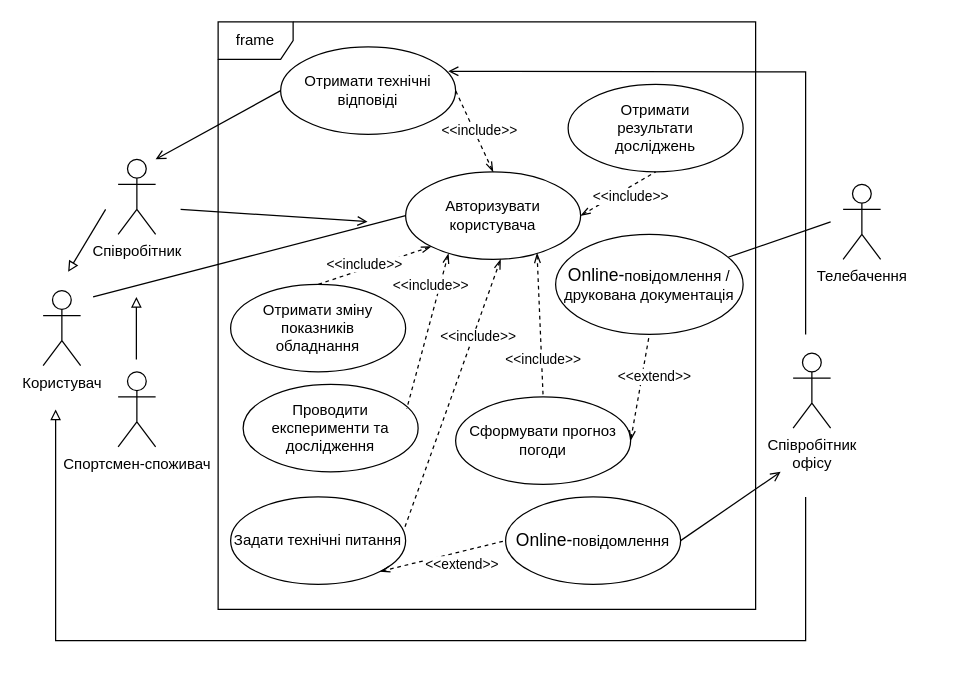
Above: 1.3-SoftwareUserRequirements/1.3.3-UseCaseDiagram/UseCase.drawio in oleksandrblazhko/ai201-tsigankova (draw.io), before the change. Source tidied: cells renumbered, new cells numbered last; positions are measured from the earlier drawing's top-left corner, leaving out a move shared by most shapes. Both pictures are drawn from the tidied source at 125%, with x=0, y=0 at pixel (42, 21).
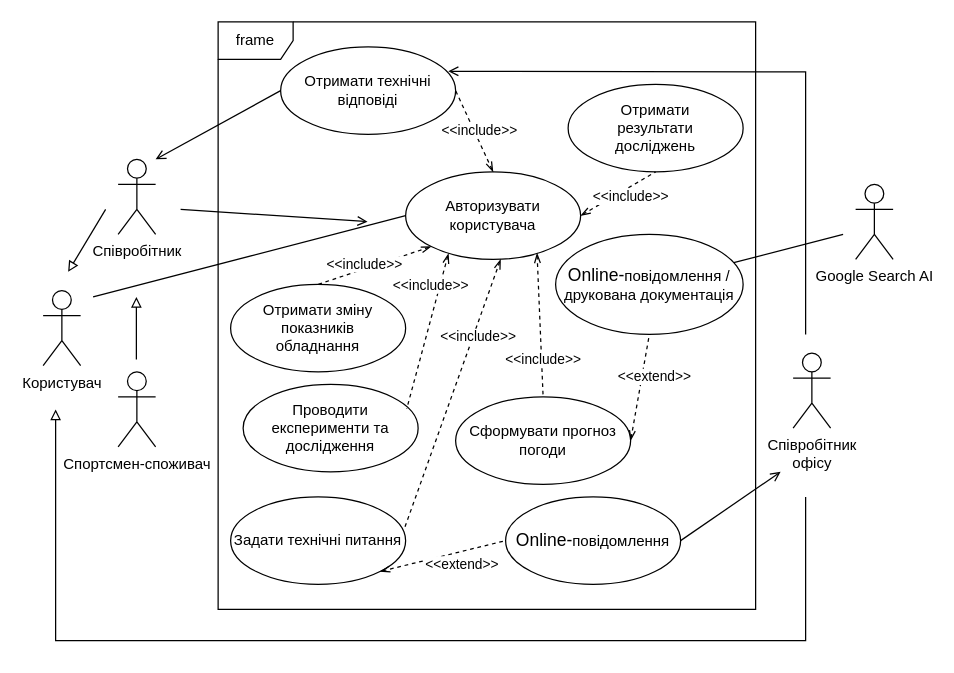
Above is the later version.

Unchanged cells that the change refers to:
```xml
<mxCell id="28" value="&lt;span style=&quot;font-size: 14px;&quot;&gt;Online-&lt;/span&gt;повідомлення /&lt;br&gt;друкована документація" style="ellipse;whiteSpace=wrap;html=1;" parent="1" vertex="1">
  <mxGeometry x="410" y="170" width="150" height="80" as="geometry" />
</mxCell>
```

Change to the diagram source:
```diff
@@
-    <mxCell id="30" value="Телебачення" style="shape=umlActor;verticalLabelPosition=bottom;verticalAlign=top;html=1;" parent="1" vertex="1">
-      <mxGeometry x="640" y="130" width="30" height="60" as="geometry" />
+    <mxCell id="30" value="&lt;div style=&quot;text-align: left;&quot;&gt;Google Search AI&lt;/div&gt;" style="shape=umlActor;verticalLabelPosition=bottom;verticalAlign=top;html=1;" parent="1" vertex="1">
+      <mxGeometry x="650" y="130" width="30" height="60" as="geometry" />
     </mxCell>
@@
     <mxCell id="32" style="endArrow=none;html=1;rounded=0;" parent="1" edge="1" source="28">
       <mxGeometry relative="1" as="geometry">
-        <mxPoint x="630" y="160" as="targetPoint" />
+        <mxPoint x="640" y="170" as="targetPoint" />
       </mxGeometry>
     </mxCell>
```
